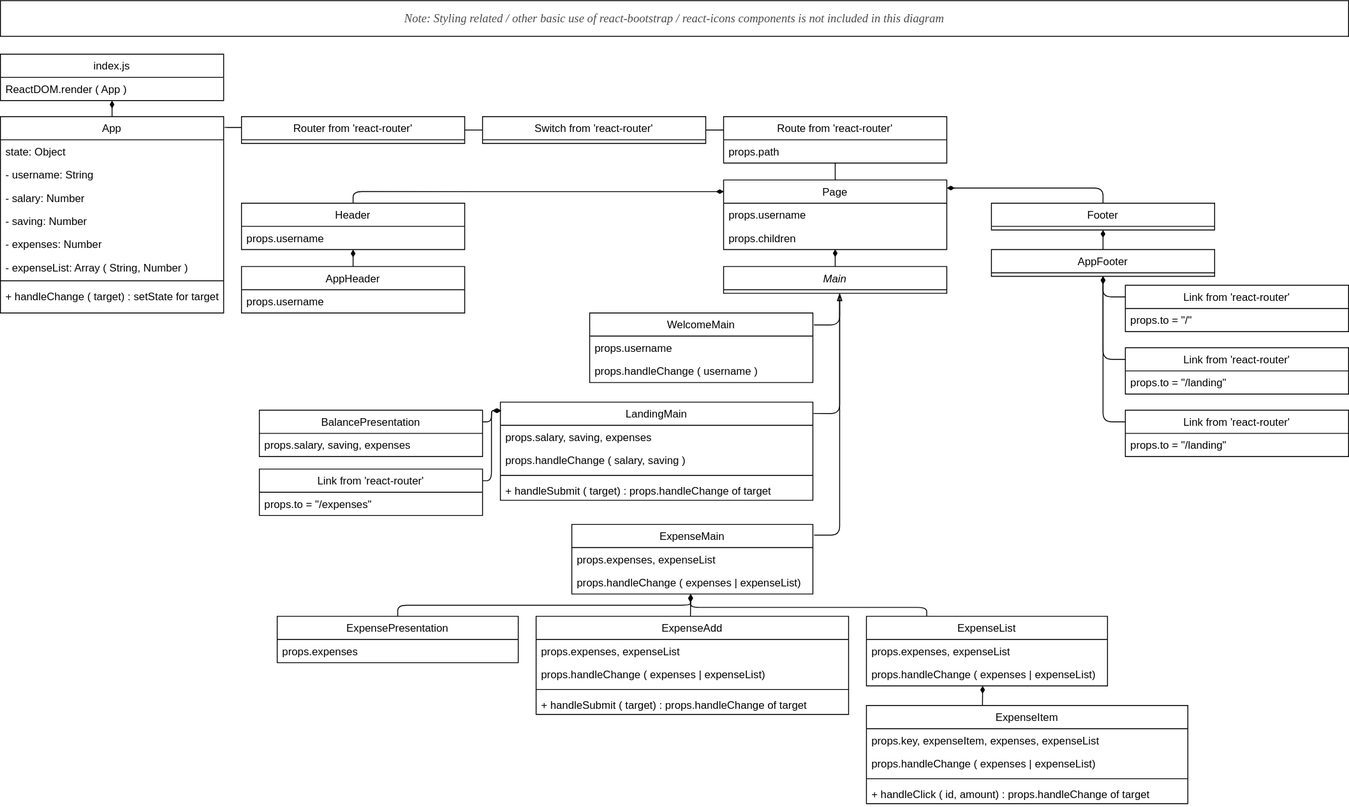
BCH-REACT20S-Project-1-Group-2/BCH-REACT20S-Project-1-Group-2.github.io keeps this draw.io diagram as doc/bctrl-frontend-class-diagram.svg. Above is the earlier version. Source tidied: cells renumbered, new cells last; positions are measured from the earlier drawing's top-left corner, leaving out a move shared by most shapes.
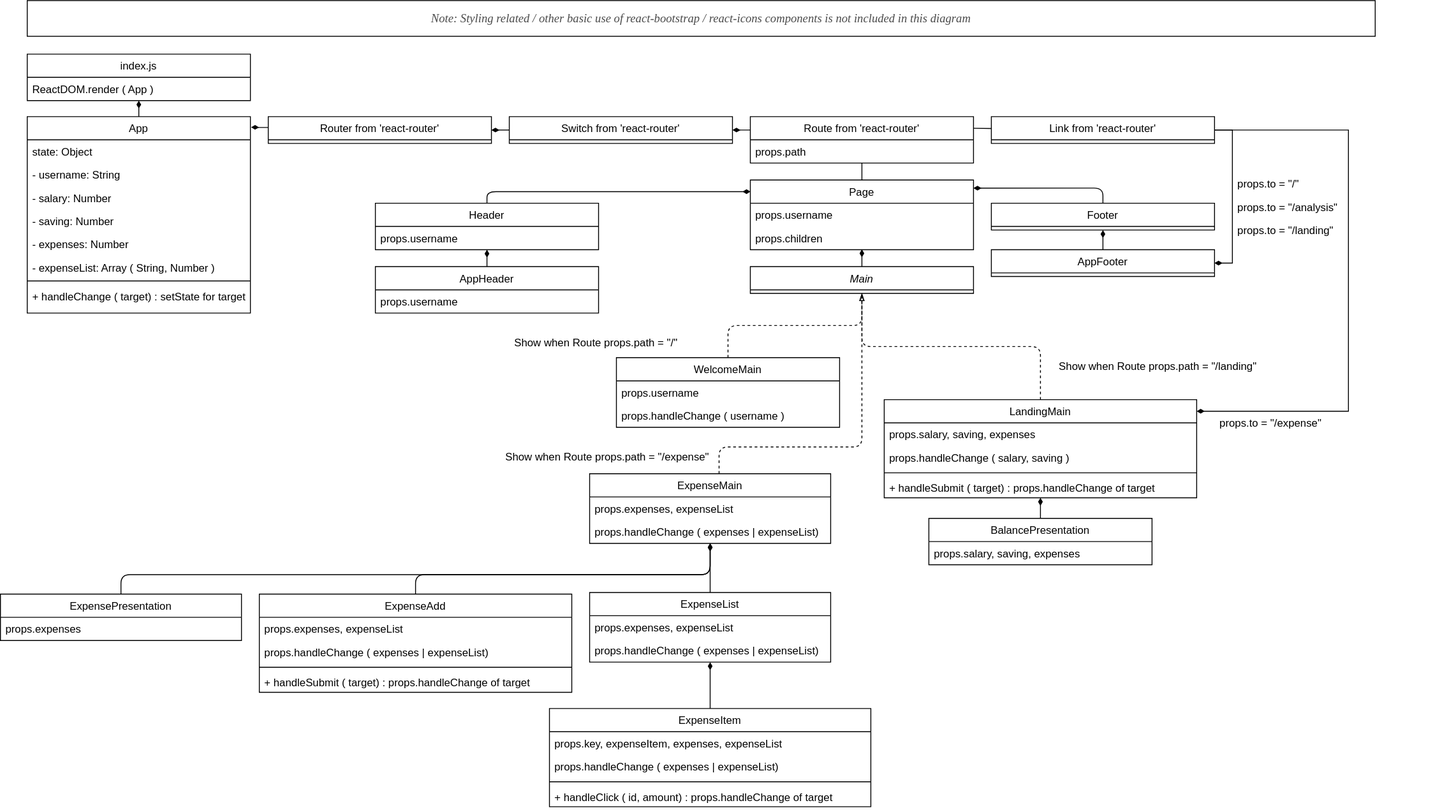
Above is the later version.

Commit message:
doc/uml: fixed & clarified use of Link and Route props

Diff of the diagram source:
```diff
@@ -46,2 +46,5 @@
     </mxCell>
+    <mxCell id="86" style="rounded=0;jettySize=auto;html=1;startArrow=none;startFill=0;endArrow=none;endFill=0;endSize=6;exitX=1;exitY=0.25;exitDx=0;exitDy=0;" parent="1" edge="1" source="16" target="57">
+      <mxGeometry relative="1" as="geometry" />
+    </mxCell>
     <mxCell id="16" value="Route from 'react-router'" style="swimlane;fontStyle=0;align=center;verticalAlign=top;horizontal=1;startSize=26;rounded=0;shadow=0;strokeWidth=1;" parent="1" vertex="1">
@@ -65,6 +68,6 @@
     <mxCell id="22" value="Footer" style="swimlane;fontStyle=0;align=center;verticalAlign=top;horizontal=1;startSize=26;rounded=0;shadow=0;strokeWidth=1;" parent="1" vertex="1">
-      <mxGeometry x="1110" y="227" width="250" height="30" as="geometry" />
+      <mxGeometry x="1080" y="227" width="250" height="30" as="geometry" />
     </mxCell>
     <mxCell id="23" value="Header" style="swimlane;fontStyle=0;align=center;verticalAlign=top;horizontal=1;startSize=26;rounded=0;shadow=0;strokeWidth=1;" parent="1" vertex="1">
-      <mxGeometry x="270" y="227" width="250" height="52" as="geometry" />
+      <mxGeometry x="390" y="227" width="250" height="52" as="geometry" />
     </mxCell>
@@ -74,3 +77,3 @@
     <mxCell id="25" value="AppHeader" style="swimlane;fontStyle=0;align=center;verticalAlign=top;horizontal=1;startSize=26;rounded=0;shadow=0;strokeWidth=1;" parent="1" vertex="1">
-      <mxGeometry x="270" y="298" width="250" height="52" as="geometry" />
+      <mxGeometry x="390" y="298" width="250" height="52" as="geometry" />
     </mxCell>
@@ -79,10 +82,4 @@
     </mxCell>
-    <mxCell id="27" value="Link from 'react-router'" style="swimlane;fontStyle=0;align=center;verticalAlign=top;horizontal=1;startSize=26;rounded=0;shadow=0;strokeWidth=1;" parent="1" vertex="1">
-      <mxGeometry x="1260" y="319" width="250" height="52" as="geometry" />
-    </mxCell>
-    <mxCell id="28" value="props.to = &quot;/&quot;" style="text;align=left;verticalAlign=top;spacingLeft=4;spacingRight=4;overflow=hidden;" parent="27" vertex="1">
-      <mxGeometry y="26" width="250" height="26" as="geometry" />
-    </mxCell>
     <mxCell id="29" value="AppFooter" style="swimlane;fontStyle=0;align=center;verticalAlign=top;horizontal=1;startSize=26;rounded=0;shadow=0;strokeWidth=1;" parent="1" vertex="1">
-      <mxGeometry x="1110" y="279" width="250" height="30" as="geometry" />
+      <mxGeometry x="1080" y="279" width="250" height="30" as="geometry" />
     </mxCell>
@@ -91,9 +88,9 @@
     </mxCell>
-    <mxCell id="31" style="endArrow=none;html=1;edgeStyle=orthogonalEdgeStyle;entryX=1.003;entryY=0.054;entryDx=0;entryDy=0;entryPerimeter=0;exitX=0;exitY=0.404;exitDx=0;exitDy=0;exitPerimeter=0;" parent="1" edge="1" source="4" target="5">
+    <mxCell id="31" style="endArrow=diamondThin;html=1;edgeStyle=orthogonalEdgeStyle;entryX=1.003;entryY=0.054;entryDx=0;entryDy=0;entryPerimeter=0;exitX=0;exitY=0.404;exitDx=0;exitDy=0;exitPerimeter=0;startArrow=none;startFill=0;endFill=1;" parent="1" edge="1" source="4" target="5">
       <mxGeometry relative="1" as="geometry" />
     </mxCell>
-    <mxCell id="32" style="endArrow=none;html=1;entryX=1;entryY=0.5;entryDx=0;entryDy=0;exitX=0;exitY=0.5;exitDx=0;exitDy=0;" parent="1" edge="1" source="15" target="4">
+    <mxCell id="32" style="endArrow=diamondThin;html=1;entryX=1;entryY=0.5;entryDx=0;entryDy=0;exitX=0;exitY=0.5;exitDx=0;exitDy=0;endFill=1;" parent="1" edge="1" source="15" target="4">
       <mxGeometry relative="1" as="geometry" />
     </mxCell>
-    <mxCell id="33" style="endArrow=none;html=1;exitX=1;exitY=0.5;exitDx=0;exitDy=0;entryX=0.001;entryY=0.289;entryDx=0;entryDy=0;entryPerimeter=0;" parent="1" edge="1" source="15" target="16">
+    <mxCell id="33" style="endArrow=none;html=1;exitX=1;exitY=0.5;exitDx=0;exitDy=0;entryX=0.001;entryY=0.289;entryDx=0;entryDy=0;entryPerimeter=0;endFill=0;startArrow=diamondThin;startFill=1;" parent="1" edge="1" source="15" target="16">
       <mxGeometry relative="1" as="geometry" />
@@ -103,8 +100,4 @@
     </mxCell>
-    <mxCell id="35" style="endArrow=diamondThin;html=1;edgeStyle=orthogonalEdgeStyle;exitX=0.5;exitY=0;exitDx=0;exitDy=0;entryX=0.001;entryY=0.167;entryDx=0;entryDy=0;entryPerimeter=0;startArrow=none;startFill=0;endFill=1;" parent="1" edge="1" source="23" target="18">
-      <mxGeometry relative="1" as="geometry">
-        <Array as="points">
-          <mxPoint x="395" y="214" />
-        </Array>
-      </mxGeometry>
+    <mxCell id="35" style="endArrow=diamondThin;html=1;exitX=0.5;exitY=0;exitDx=0;exitDy=0;entryX=0.001;entryY=0.167;entryDx=0;entryDy=0;entryPerimeter=0;startArrow=none;startFill=0;endFill=1;edgeStyle=orthogonalEdgeStyle;" parent="1" edge="1" source="23" target="18">
+      <mxGeometry relative="1" as="geometry" />
     </mxCell>
@@ -113,19 +106,5 @@
     </mxCell>
-    <mxCell id="37" style="endArrow=diamondThin;html=1;edgeStyle=orthogonalEdgeStyle;exitX=0.5;exitY=0;exitDx=0;exitDy=0;entryX=1;entryY=0.116;entryDx=0;entryDy=0;entryPerimeter=0;endFill=1;" parent="1" edge="1" source="22" target="18">
-      <mxGeometry relative="1" as="geometry">
-        <Array as="points">
-          <mxPoint x="1235" y="210" />
-        </Array>
-      </mxGeometry>
+    <mxCell id="37" style="endArrow=diamondThin;html=1;exitX=0.5;exitY=0;exitDx=0;exitDy=0;entryX=1;entryY=0.116;entryDx=0;entryDy=0;entryPerimeter=0;endFill=1;edgeStyle=orthogonalEdgeStyle;" parent="1" edge="1" source="22" target="18">
+      <mxGeometry relative="1" as="geometry" />
     </mxCell>
-    <mxCell id="38" style="endArrow=none;html=1;exitX=0.5;exitY=1;exitDx=0;exitDy=0;entryX=0;entryY=0.25;entryDx=0;entryDy=0;startArrow=diamondThin;startFill=1;edgeStyle=orthogonalEdgeStyle;" parent="1" edge="1" source="29" target="27">
-      <mxGeometry relative="1" as="geometry" />
-    </mxCell>
-    <mxCell id="39" style="endArrow=none;html=1;exitX=0.5;exitY=1;exitDx=0;exitDy=0;edgeStyle=orthogonalEdgeStyle;startArrow=diamondThin;startFill=1;entryX=0;entryY=0.25;entryDx=0;entryDy=0;" parent="1" edge="1" source="29" target="48">
-      <mxGeometry relative="1" as="geometry">
-        <Array as="points">
-          <mxPoint x="1235" y="472" />
-        </Array>
-      </mxGeometry>
-    </mxCell>
     <mxCell id="40" style="edgeStyle=orthogonalEdgeStyle;rounded=0;jettySize=auto;html=1;exitX=0.5;exitY=0;exitDx=0;exitDy=0;entryX=0.5;entryY=0.984;entryDx=0;entryDy=0;entryPerimeter=0;startArrow=none;startFill=0;endArrow=diamondThin;endFill=1;" parent="1" edge="1" source="41" target="20">
@@ -137,3 +116,3 @@
     <mxCell id="42" value="WelcomeMain" style="swimlane;fontStyle=0;align=center;verticalAlign=top;horizontal=1;startSize=26;rounded=0;shadow=0;strokeWidth=1;" parent="1" vertex="1">
-      <mxGeometry x="660" y="350" width="250" height="78" as="geometry" />
+      <mxGeometry x="660" y="400" width="250" height="78" as="geometry" />
     </mxCell>
@@ -145,19 +124,4 @@
     </mxCell>
-    <mxCell id="45" value="Link from 'react-router'" style="swimlane;fontStyle=0;align=center;verticalAlign=top;horizontal=1;startSize=26;rounded=0;shadow=0;strokeWidth=1;" parent="1" vertex="1">
-      <mxGeometry x="1260" y="389" width="250" height="52" as="geometry" />
-    </mxCell>
-    <mxCell id="46" value="props.to = &quot;/landing&quot;" style="text;align=left;verticalAlign=top;spacingLeft=4;spacingRight=4;overflow=hidden;" parent="45" vertex="1">
-      <mxGeometry y="26" width="250" height="26" as="geometry" />
-    </mxCell>
-    <mxCell id="47" style="endArrow=none;html=1;exitX=0.5;exitY=1;exitDx=0;exitDy=0;entryX=0;entryY=0.25;entryDx=0;entryDy=0;edgeStyle=orthogonalEdgeStyle;startArrow=diamondThin;startFill=1;" parent="1" edge="1" source="29" target="45">
-      <mxGeometry relative="1" as="geometry" />
-    </mxCell>
-    <mxCell id="48" value="Link from 'react-router'" style="swimlane;fontStyle=0;align=center;verticalAlign=top;horizontal=1;startSize=26;rounded=0;shadow=0;strokeWidth=1;" parent="1" vertex="1">
-      <mxGeometry x="1260" y="459" width="250" height="52" as="geometry" />
-    </mxCell>
-    <mxCell id="49" value="props.to = &quot;/landing&quot;" style="text;align=left;verticalAlign=top;spacingLeft=4;spacingRight=4;overflow=hidden;" parent="48" vertex="1">
-      <mxGeometry y="26" width="250" height="26" as="geometry" />
-    </mxCell>
     <mxCell id="50" value="LandingMain" style="swimlane;fontStyle=0;align=center;verticalAlign=top;horizontal=1;startSize=26;rounded=0;shadow=0;strokeWidth=1;" parent="1" vertex="1">
-      <mxGeometry x="560" y="450" width="350" height="110" as="geometry" />
+      <mxGeometry x="960" y="447" width="350" height="110" as="geometry" />
     </mxCell>
@@ -176,3 +140,3 @@
     <mxCell id="55" value="BalancePresentation" style="swimlane;fontStyle=0;align=center;verticalAlign=top;horizontal=1;startSize=26;rounded=0;shadow=0;strokeWidth=1;" parent="1" vertex="1">
-      <mxGeometry x="290" y="459" width="250" height="52" as="geometry" />
+      <mxGeometry x="1010" y="580" width="250" height="52" as="geometry" />
     </mxCell>
@@ -182,9 +146,6 @@
     <mxCell id="57" value="Link from 'react-router'" style="swimlane;fontStyle=0;align=center;verticalAlign=top;horizontal=1;startSize=26;rounded=0;shadow=0;strokeWidth=1;" parent="1" vertex="1">
-      <mxGeometry x="290" y="525" width="250" height="52" as="geometry" />
+      <mxGeometry x="1080" y="130" width="250" height="30" as="geometry" />
     </mxCell>
-    <mxCell id="58" value="props.to = &quot;/expenses&quot;" style="text;align=left;verticalAlign=top;spacingLeft=4;spacingRight=4;overflow=hidden;" parent="57" vertex="1">
-      <mxGeometry y="26" width="250" height="26" as="geometry" />
-    </mxCell>
     <mxCell id="59" value="ExpenseMain" style="swimlane;fontStyle=0;align=center;verticalAlign=top;horizontal=1;startSize=26;rounded=0;shadow=0;strokeWidth=1;" parent="1" vertex="1">
-      <mxGeometry x="640" y="587" width="270" height="78" as="geometry" />
+      <mxGeometry x="630" y="530" width="270" height="78" as="geometry" />
     </mxCell>
@@ -196,40 +157,16 @@
     </mxCell>
-    <mxCell id="62" style="endArrow=diamondThin;html=1;exitX=1;exitY=0.25;exitDx=0;exitDy=0;edgeStyle=orthogonalEdgeStyle;startArrow=none;startFill=0;endFill=1;entryX=0.003;entryY=0.087;entryDx=0;entryDy=0;entryPerimeter=0;" parent="1" edge="1" source="55" target="50">
-      <mxGeometry relative="1" as="geometry">
-        <Array as="points">
-          <mxPoint x="550" y="472" />
-          <mxPoint x="550" y="460" />
-        </Array>
-      </mxGeometry>
+    <mxCell id="62" style="endArrow=diamondThin;html=1;exitX=0.5;exitY=0;exitDx=0;exitDy=0;startArrow=none;startFill=0;endFill=1;" parent="1" edge="1" source="55" target="54">
+      <mxGeometry relative="1" as="geometry" />
     </mxCell>
-    <mxCell id="63" style="endArrow=diamondThin;html=1;exitX=1;exitY=0.25;exitDx=0;exitDy=0;edgeStyle=orthogonalEdgeStyle;endFill=1;entryX=0;entryY=0.087;entryDx=0;entryDy=0;entryPerimeter=0;" parent="1" edge="1" source="57" target="50">
-      <mxGeometry relative="1" as="geometry">
-        <Array as="points">
-          <mxPoint x="550" y="538" />
-          <mxPoint x="550" y="460" />
-        </Array>
-      </mxGeometry>
-    </mxCell>
-    <mxCell id="64" style="endArrow=blockThin;html=1;exitX=1.005;exitY=0.172;exitDx=0;exitDy=0;exitPerimeter=0;edgeStyle=orthogonalEdgeStyle;startArrow=none;startFill=0;endFill=0;" parent="1" edge="1" source="42">
-      <mxGeometry relative="1" as="geometry">
-        <mxPoint x="940" y="328" as="targetPoint" />
-        <Array as="points">
-          <mxPoint x="940" y="363" />
-        </Array>
-      </mxGeometry>
+    <mxCell id="64" style="endArrow=blockThin;html=1;startArrow=none;startFill=0;endFill=0;edgeStyle=orthogonalEdgeStyle;dashed=1;" parent="1" edge="1" source="42" target="41">
+      <mxGeometry relative="1" as="geometry" />
     </mxCell>
-    <mxCell id="65" style="endArrow=blockThin;html=1;exitX=1.002;exitY=0.115;exitDx=0;exitDy=0;exitPerimeter=0;edgeStyle=orthogonalEdgeStyle;startArrow=none;startFill=0;endFill=0;" parent="1" edge="1" source="50">
-      <mxGeometry relative="1" as="geometry">
-        <mxPoint x="940" y="328" as="targetPoint" />
-        <Array as="points">
-          <mxPoint x="940" y="463" />
-          <mxPoint x="940" y="328" />
-        </Array>
-      </mxGeometry>
+    <mxCell id="65" style="endArrow=blockThin;html=1;startArrow=none;startFill=0;endFill=0;edgeStyle=orthogonalEdgeStyle;dashed=1;" parent="1" edge="1" source="50" target="41">
+      <mxGeometry relative="1" as="geometry" />
     </mxCell>
-    <mxCell id="66" style="endArrow=none;html=1;exitX=1.005;exitY=0.154;exitDx=0;exitDy=0;exitPerimeter=0;edgeStyle=orthogonalEdgeStyle;startArrow=none;startFill=0;endFill=0;" parent="1" edge="1" source="59">
+    <mxCell id="66" style="endArrow=none;html=1;startArrow=none;startFill=0;endFill=0;edgeStyle=orthogonalEdgeStyle;dashed=1;" parent="1" edge="1" source="59" target="41">
       <mxGeometry relative="1" as="geometry">
-        <mxPoint x="940" y="330" as="targetPoint" />
         <Array as="points">
-          <mxPoint x="940" y="599" />
+          <mxPoint x="775" y="500" />
+          <mxPoint x="935" y="500" />
         </Array>
@@ -238,3 +175,3 @@
     <mxCell id="67" value="ExpensePresentation" style="swimlane;fontStyle=0;align=center;verticalAlign=top;horizontal=1;startSize=26;rounded=0;shadow=0;strokeWidth=1;" parent="1" vertex="1">
-      <mxGeometry x="310" y="690" width="270" height="52" as="geometry" />
+      <mxGeometry x="-30" y="664.8" width="270" height="52" as="geometry" />
     </mxCell>
@@ -244,3 +181,3 @@
     <mxCell id="69" value="ExpenseList" style="swimlane;fontStyle=0;align=center;verticalAlign=top;horizontal=1;startSize=26;rounded=0;shadow=0;strokeWidth=1;" parent="1" vertex="1">
-      <mxGeometry x="970" y="690" width="270" height="78" as="geometry" />
+      <mxGeometry x="630" y="663" width="270" height="78" as="geometry" />
     </mxCell>
@@ -253,3 +190,3 @@
     <mxCell id="72" value="ExpenseAdd" style="swimlane;fontStyle=0;align=center;verticalAlign=top;horizontal=1;startSize=26;rounded=0;shadow=0;strokeWidth=1;" parent="1" vertex="1">
-      <mxGeometry x="600" y="690" width="350" height="110" as="geometry" />
+      <mxGeometry x="260" y="664.8" width="350" height="110" as="geometry" />
     </mxCell>
@@ -268,3 +205,3 @@
     <mxCell id="77" value="ExpenseItem" style="swimlane;fontStyle=0;align=center;verticalAlign=top;horizontal=1;startSize=26;rounded=0;shadow=0;strokeWidth=1;" parent="1" vertex="1">
-      <mxGeometry x="970" y="790" width="360" height="110" as="geometry" />
+      <mxGeometry x="585" y="793" width="360" height="110" as="geometry" />
     </mxCell>
@@ -282,24 +219,61 @@
     </mxCell>
-    <mxCell id="82" style="endArrow=diamondThin;html=1;entryX=0.482;entryY=0.999;entryDx=0;entryDy=0;entryPerimeter=0;exitX=0.361;exitY=0.002;exitDx=0;exitDy=0;startArrow=none;startFill=0;endFill=1;exitPerimeter=0;" parent="1" edge="1" source="77" target="71">
-      <mxGeometry relative="1" as="geometry" />
-    </mxCell>
-    <mxCell id="83" style="endArrow=diamondThin;html=1;entryX=0.492;entryY=1.02;entryDx=0;entryDy=0;entryPerimeter=0;exitX=0.5;exitY=0;exitDx=0;exitDy=0;edgeStyle=orthogonalEdgeStyle;startArrow=none;startFill=0;endFill=1;" parent="1" edge="1" source="67" target="61">
-      <mxGeometry relative="1" as="geometry" />
-    </mxCell>
-    <mxCell id="84" style="endArrow=diamondThin;html=1;exitX=0.494;exitY=0;exitDx=0;exitDy=0;edgeStyle=orthogonalEdgeStyle;startArrow=none;startFill=0;endFill=1;entryX=0.494;entryY=1.008;entryDx=0;entryDy=0;entryPerimeter=0;exitPerimeter=0;" parent="1" edge="1" source="72" target="61">
-      <mxGeometry relative="1" as="geometry">
-        <Array as="points">
-          <mxPoint x="773" y="678" />
-          <mxPoint x="773" y="678" />
-        </Array>
-      </mxGeometry>
-    </mxCell>
-    <mxCell id="85" style="endArrow=diamondThin;html=1;exitX=0.25;exitY=0;exitDx=0;exitDy=0;edgeStyle=orthogonalEdgeStyle;startArrow=none;startFill=0;endFill=1;" parent="1" edge="1" source="69" target="61">
-      <mxGeometry relative="1" as="geometry">
-        <Array as="points">
-          <mxPoint x="1038" y="680" />
-          <mxPoint x="773" y="680" />
-        </Array>
-      </mxGeometry>
-    </mxCell>
+    <mxCell id="28" value="props.to = &quot;/&quot;" style="text;align=left;verticalAlign=top;spacingLeft=4;spacingRight=4;overflow=hidden;" parent="1" vertex="1">
+      <mxGeometry x="1350" y="192" width="250" height="26" as="geometry" />
+    </mxCell>
+    <mxCell id="87" value="props.to = &quot;/landing&quot;" style="text;align=left;verticalAlign=top;spacingLeft=4;spacingRight=4;overflow=hidden;" parent="1" vertex="1">
+      <mxGeometry x="1350" y="244" width="250" height="26" as="geometry" />
+    </mxCell>
+    <mxCell id="88" value="props.to = &quot;/expense&quot;" style="text;align=left;verticalAlign=top;spacingLeft=4;spacingRight=4;overflow=hidden;" parent="1" vertex="1">
+      <mxGeometry x="1330" y="460" width="250" height="26" as="geometry" />
+    </mxCell>
+    <mxCell id="89" style="endArrow=diamondThin;endFill=1;endSize=6;html=1;edgeStyle=orthogonalEdgeStyle;" parent="1" edge="1" source="67" target="59">
+      <mxGeometry relative="1" as="geometry">
+        <Array as="points">
+          <mxPoint x="105" y="643" />
+          <mxPoint x="765" y="643" />
+        </Array>
+      </mxGeometry>
+    </mxCell>
+    <mxCell id="90" style="endArrow=diamondThin;endFill=1;endSize=6;html=1;edgeStyle=orthogonalEdgeStyle;" parent="1" edge="1" source="72" target="59">
+      <mxGeometry relative="1" as="geometry">
+        <Array as="points">
+          <mxPoint x="435" y="643" />
+          <mxPoint x="765" y="643" />
+        </Array>
+      </mxGeometry>
+    </mxCell>
+    <mxCell id="91" style="endArrow=diamondThin;endFill=1;endSize=6;html=1;" parent="1" edge="1" source="69" target="59">
+      <mxGeometry relative="1" as="geometry" />
+    </mxCell>
+    <mxCell id="92" style="endArrow=diamondThin;endFill=1;endSize=6;html=1;" parent="1" edge="1" source="77" target="69">
+      <mxGeometry relative="1" as="geometry" />
+    </mxCell>
+    <mxCell id="93" value="props.to = &quot;/analysis&quot;" style="text;align=left;verticalAlign=top;spacingLeft=4;spacingRight=4;overflow=hidden;" parent="1" vertex="1">
+      <mxGeometry x="1350" y="218" width="250" height="26" as="geometry" />
+    </mxCell>
+    <mxCell id="94" style="rounded=0;jettySize=auto;html=1;startArrow=diamondThin;startFill=1;endArrow=none;endFill=0;edgeStyle=orthogonalEdgeStyle;" parent="1" edge="1" source="29" target="57">
+      <mxGeometry relative="1" as="geometry">
+        <Array as="points">
+          <mxPoint x="1350" y="294" />
+          <mxPoint x="1350" y="145" />
+        </Array>
+      </mxGeometry>
+    </mxCell>
+    <mxCell id="95" style="edgeStyle=orthogonalEdgeStyle;rounded=0;jettySize=auto;html=1;startArrow=diamondThin;startFill=1;endArrow=none;endFill=0;" parent="1" edge="1" source="50" target="57">
+      <mxGeometry relative="1" as="geometry">
+        <Array as="points">
+          <mxPoint x="1480" y="460" />
+          <mxPoint x="1480" y="145" />
+        </Array>
+      </mxGeometry>
+    </mxCell>
+    <mxCell id="96" value="Show when Route props.path = &quot;/expense&quot;" style="text;align=left;verticalAlign=top;spacingLeft=4;spacingRight=4;overflow=hidden;" parent="1" vertex="1">
+      <mxGeometry x="530" y="498" width="250" height="26" as="geometry" />
+    </mxCell>
+    <mxCell id="97" value="Show when Route props.path = &quot;/&quot;" style="text;align=left;verticalAlign=top;spacingLeft=4;spacingRight=4;overflow=hidden;" parent="1" vertex="1">
+      <mxGeometry x="540" y="370" width="250" height="26" as="geometry" />
+    </mxCell>
+    <mxCell id="98" value="Show when Route props.path = &quot;/landing&quot;" style="text;align=left;verticalAlign=top;spacingLeft=4;spacingRight=4;overflow=hidden;" parent="1" vertex="1">
+      <mxGeometry x="1150" y="396" width="250" height="26" as="geometry" />
+    </mxCell>
   </root>
```
